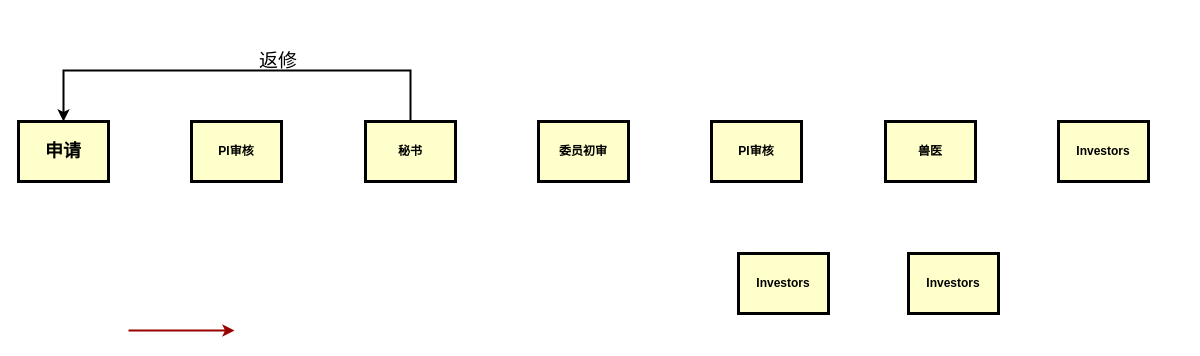
bwnian/navicat_reset_mac keeps this draw.io diagram as 未命名绘图.drawio. Above is the earlier version. Source tidied: cells renumbered, new cells numbered last; positions are measured from the earlier drawing's top-left corner, leaving out a move shared by most shapes. Both pictures are drawn from the tidied source at 100%, with x=0, y=0 at pixel (18, 47).
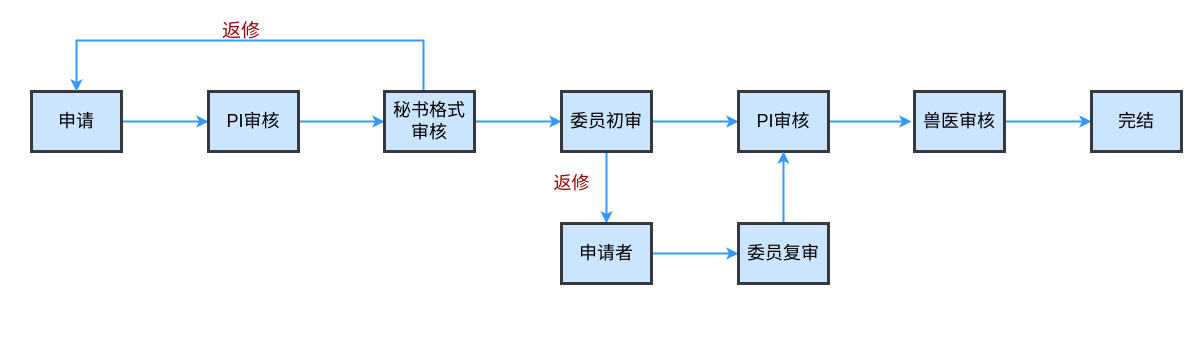
The same page after the edit.

Commit message (it also covers changes not shown here):
更新未命名绘图.drawio

Diff of the diagram source:
```diff
@@
+    <mxCell id="14" style="edgeStyle=orthogonalEdgeStyle;rounded=0;jettySize=auto;html=1;exitX=1;exitY=0.5;exitDx=0;exitDy=0;entryX=0;entryY=0.5;entryDx=0;entryDy=0;strokeWidth=2;strokeColor=light-dark(#3399FF,#EDEDED);" parent="1" edge="1" source="2" target="4">
+      <mxGeometry relative="1" as="geometry" />
+    </mxCell>
-    <mxCell id="2" value="申请" style="whiteSpace=wrap;align=center;verticalAlign=middle;fontStyle=1;strokeWidth=3;fillColor=#FFFFCC;fontSize=18;" parent="1" vertex="1">
-      <mxGeometry y="74" width="90" height="60" as="geometry" />
+    <mxCell id="2" value="申请" style="whiteSpace=wrap;align=center;verticalAlign=middle;fontStyle=0;strokeWidth=3;fillColor=#cce5ff;fontSize=18;strokeColor=#36393d;" parent="1" vertex="1">
+      <mxGeometry x="13" y="44" width="90" height="60" as="geometry" />
     </mxCell>
-    <mxCell id="3" style="edgeStyle=none;noEdgeStyle=1;strokeColor=#990000;strokeWidth=2;" parent="1" edge="1">
-      <mxGeometry relative="1" as="geometry">
-        <mxPoint x="110" y="283" as="sourcePoint" />
-        <mxPoint x="216" y="283" as="targetPoint" />
-      </mxGeometry>
-    </mxCell>
+    <mxCell id="15" style="edgeStyle=orthogonalEdgeStyle;rounded=0;jettySize=auto;html=1;entryX=0;entryY=0.5;entryDx=0;entryDy=0;fontSize=18;strokeWidth=2;strokeColor=#3399FF;" parent="1" edge="1" source="4" target="6">
+      <mxGeometry relative="1" as="geometry" />
+    </mxCell>
-    <mxCell id="4" value="PI审核" style="whiteSpace=wrap;align=center;verticalAlign=middle;fontStyle=1;strokeWidth=3;fillColor=#FFFFCC;" parent="1" vertex="1">
-      <mxGeometry x="173" y="74" width="90" height="60" as="geometry" />
+    <mxCell id="4" value="PI审核" style="whiteSpace=wrap;align=center;verticalAlign=middle;fontStyle=0;strokeWidth=3;fillColor=#cce5ff;fontSize=18;strokeColor=#36393d;" parent="1" vertex="1">
+      <mxGeometry x="190" y="44" width="90" height="60" as="geometry" />
     </mxCell>
-    <mxCell id="5" style="edgeStyle=orthogonalEdgeStyle;rounded=0;jettySize=auto;html=1;entryX=0.5;entryY=0;entryDx=0;entryDy=0;curved=0;strokeWidth=2;exitX=0.5;exitY=0;exitDx=0;exitDy=0;" parent="1" edge="1" source="6" target="2">
+    <mxCell id="5" style="edgeStyle=orthogonalEdgeStyle;rounded=0;jettySize=auto;html=1;entryX=0.5;entryY=0;entryDx=0;entryDy=0;curved=0;strokeWidth=2;exitX=0.5;exitY=0;exitDx=0;exitDy=0;strokeColor=#3399FF;" parent="1" edge="1" source="6" target="2">
       <mxGeometry relative="1" as="geometry">
         <Array as="points">
-          <mxPoint x="392" y="23" />
-          <mxPoint x="45" y="23" />
+          <mxPoint x="405" y="-7" />
+          <mxPoint x="58" y="-7" />
         </Array>
       </mxGeometry>
     </mxCell>
+    <mxCell id="16" style="edgeStyle=orthogonalEdgeStyle;rounded=0;jettySize=auto;html=1;entryX=0;entryY=0.5;entryDx=0;entryDy=0;fontSize=18;strokeWidth=2;strokeColor=#3399FF;" parent="1" edge="1" source="6" target="7">
+      <mxGeometry relative="1" as="geometry" />
+    </mxCell>
-    <mxCell id="6" value="秘书" style="whiteSpace=wrap;align=center;verticalAlign=middle;fontStyle=1;strokeWidth=3;fillColor=#FFFFCC;" parent="1" vertex="1">
-      <mxGeometry x="347" y="74" width="90" height="60" as="geometry" />
+    <mxCell id="6" value="秘书格式审核" style="whiteSpace=wrap;align=center;verticalAlign=middle;fontStyle=0;strokeWidth=3;fillColor=#cce5ff;fontSize=18;strokeColor=#36393d;" parent="1" vertex="1">
+      <mxGeometry x="366" y="44" width="90" height="60" as="geometry" />
     </mxCell>
+    <mxCell id="17" style="edgeStyle=orthogonalEdgeStyle;rounded=0;jettySize=auto;html=1;entryX=0;entryY=0.5;entryDx=0;entryDy=0;fontSize=18;strokeWidth=2;strokeColor=#3399FF;" parent="1" edge="1" source="7" target="8">
+      <mxGeometry relative="1" as="geometry" />
+    </mxCell>
+    <mxCell id="18" style="edgeStyle=orthogonalEdgeStyle;rounded=0;jettySize=auto;html=1;strokeWidth=2;strokeColor=#3399FF;" parent="1" edge="1" source="7" target="11">
+      <mxGeometry relative="1" as="geometry" />
+    </mxCell>
-    <mxCell id="7" value="委员初审" style="whiteSpace=wrap;align=center;verticalAlign=middle;fontStyle=1;strokeWidth=3;fillColor=#FFFFCC;" parent="1" vertex="1">
-      <mxGeometry x="520" y="74" width="90" height="60" as="geometry" />
+    <mxCell id="7" value="委员初审" style="whiteSpace=wrap;align=center;verticalAlign=middle;fontStyle=0;strokeWidth=3;fillColor=#cce5ff;fontSize=18;strokeColor=#36393d;" parent="1" vertex="1">
+      <mxGeometry x="543" y="44" width="90" height="60" as="geometry" />
     </mxCell>
+    <mxCell id="19" style="edgeStyle=orthogonalEdgeStyle;rounded=0;jettySize=auto;html=1;strokeWidth=2;strokeColor=#3399FF;" parent="1" edge="1" source="8">
+      <mxGeometry relative="1" as="geometry">
+        <mxPoint x="893" y="74" as="targetPoint" />
+      </mxGeometry>
+    </mxCell>
-    <mxCell id="8" value="PI审核" style="whiteSpace=wrap;align=center;verticalAlign=middle;fontStyle=1;strokeWidth=3;fillColor=#FFFFCC;" parent="1" vertex="1">
-      <mxGeometry x="693" y="74" width="90" height="60" as="geometry" />
+    <mxCell id="8" value="PI审核" style="whiteSpace=wrap;align=center;verticalAlign=middle;fontStyle=0;strokeWidth=3;fillColor=#cce5ff;fontSize=18;strokeColor=#36393d;" parent="1" vertex="1">
+      <mxGeometry x="720" y="44" width="90" height="60" as="geometry" />
     </mxCell>
+    <mxCell id="20" style="edgeStyle=orthogonalEdgeStyle;rounded=0;jettySize=auto;html=1;entryX=0;entryY=0.5;entryDx=0;entryDy=0;fontSize=18;strokeWidth=2;strokeColor=#3399FF;" parent="1" edge="1" source="9" target="10">
+      <mxGeometry relative="1" as="geometry" />
+    </mxCell>
-    <mxCell id="9" value="兽医" style="whiteSpace=wrap;align=center;verticalAlign=middle;fontStyle=1;strokeWidth=3;fillColor=#FFFFCC;" parent="1" vertex="1">
-      <mxGeometry x="867" y="74" width="90" height="60" as="geometry" />
+    <mxCell id="9" value="兽医审核" style="whiteSpace=wrap;align=center;verticalAlign=middle;fontStyle=0;strokeWidth=3;fillColor=#cce5ff;fontSize=18;strokeColor=#36393d;" parent="1" vertex="1">
+      <mxGeometry x="896" y="44" width="90" height="60" as="geometry" />
     </mxCell>
-    <mxCell id="10" value="Investors" style="whiteSpace=wrap;align=center;verticalAlign=middle;fontStyle=1;strokeWidth=3;fillColor=#FFFFCC;" parent="1" vertex="1">
-      <mxGeometry x="1040" y="74" width="90" height="60" as="geometry" />
+    <mxCell id="10" value="完结" style="whiteSpace=wrap;align=center;verticalAlign=middle;fontStyle=0;strokeWidth=3;fillColor=#cce5ff;fontSize=18;strokeColor=#36393d;" parent="1" vertex="1">
+      <mxGeometry x="1073" y="44" width="90" height="60" as="geometry" />
     </mxCell>
+    <mxCell id="21" style="edgeStyle=orthogonalEdgeStyle;rounded=0;jettySize=auto;html=1;entryX=0;entryY=0.5;entryDx=0;entryDy=0;strokeWidth=2;strokeColor=#3399FF;" parent="1" edge="1" source="11" target="12">
+      <mxGeometry relative="1" as="geometry" />
+    </mxCell>
-    <mxCell id="11" value="Investors" style="whiteSpace=wrap;align=center;verticalAlign=middle;fontStyle=1;strokeWidth=3;fillColor=#FFFFCC;" parent="1" vertex="1">
-      <mxGeometry x="720" y="206" width="90" height="60" as="geometry" />
+    <mxCell id="11" value="申请者" style="whiteSpace=wrap;align=center;verticalAlign=middle;fontStyle=0;strokeWidth=3;fillColor=#cce5ff;strokeColor=#36393d;fontSize=18;" parent="1" vertex="1">
+      <mxGeometry x="543" y="176" width="90" height="60" as="geometry" />
     </mxCell>
+    <mxCell id="22" style="edgeStyle=orthogonalEdgeStyle;rounded=0;jettySize=auto;html=1;entryX=0.5;entryY=1;entryDx=0;entryDy=0;strokeWidth=2;strokeColor=#3399FF;" parent="1" edge="1" source="12" target="8">
+      <mxGeometry relative="1" as="geometry" />
+    </mxCell>
-    <mxCell id="12" value="Investors" style="whiteSpace=wrap;align=center;verticalAlign=middle;fontStyle=1;strokeWidth=3;fillColor=#FFFFCC;" parent="1" vertex="1">
-      <mxGeometry x="890" y="206" width="90" height="60" as="geometry" />
+    <mxCell id="12" value="委员复审" style="whiteSpace=wrap;align=center;verticalAlign=middle;fontStyle=0;strokeWidth=3;fillColor=#cce5ff;strokeColor=#36393d;fontSize=18;" parent="1" vertex="1">
+      <mxGeometry x="720" y="176" width="90" height="60" as="geometry" />
     </mxCell>
-    <mxCell id="13" value="返修" style="text;spacingTop=-5;align=center;fontSize=19;" parent="1" vertex="1">
-      <mxGeometry x="230" width="60" height="50" as="geometry" />
+    <mxCell id="13" value="返修" style="text;spacingTop=-5;align=center;fontSize=19;fontColor=light-dark(#920707, #ededed);" parent="1" vertex="1">
+      <mxGeometry x="193" y="-30" width="60" height="50" as="geometry" />
     </mxCell>
+    <mxCell id="23" value="返修" style="text;html=1;align=center;verticalAlign=middle;strokeColor=none;fillColor=none;fontSize=18;strokeWidth=2;fontColor=light-dark(#920707, #ededed);" parent="1" vertex="1">
+      <mxGeometry x="523" y="116" width="60" height="40" as="geometry" />
+    </mxCell>
```
